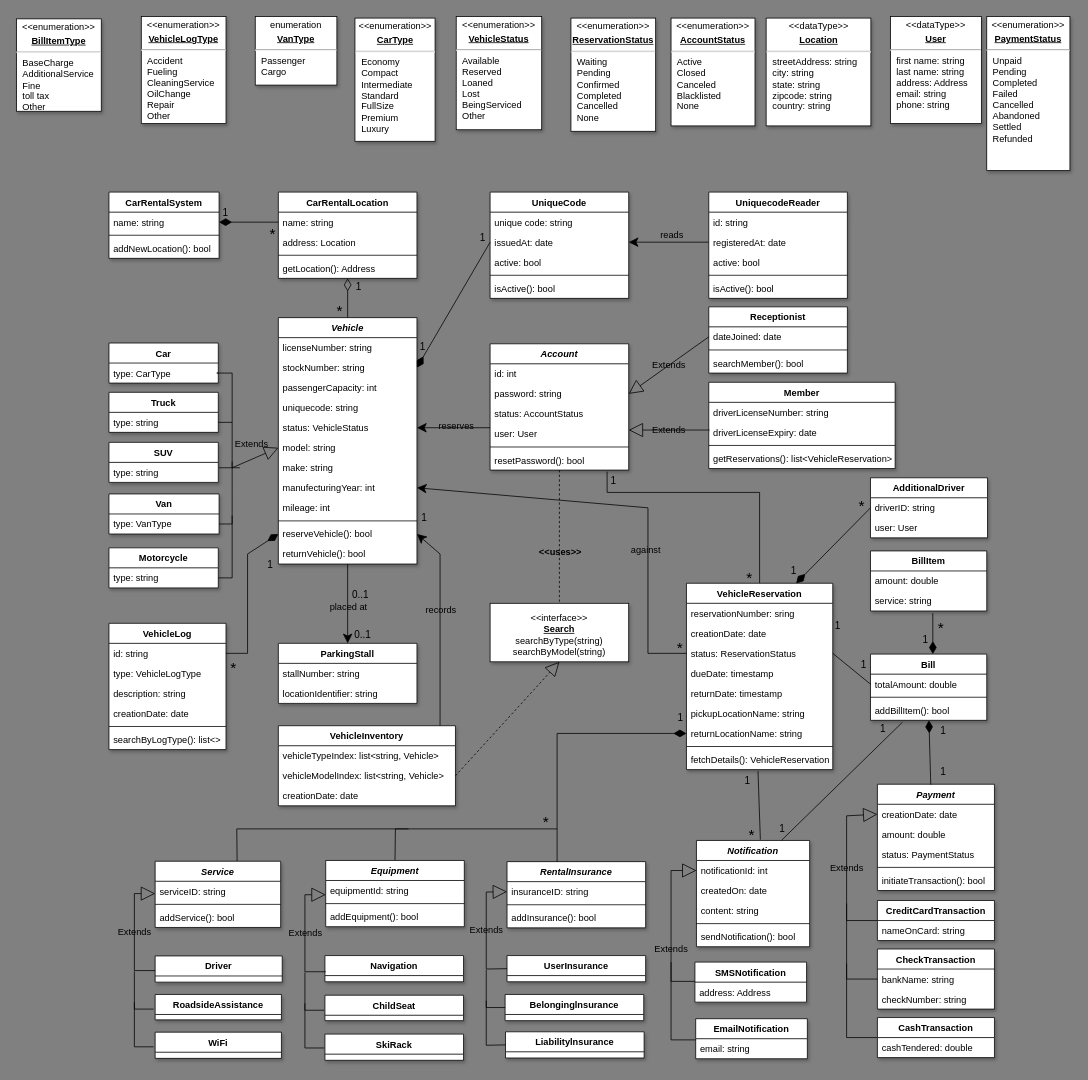
Earlier version of the draw.io diagram class_diagram_car_rental.drawio (CODEr-SaNjU/system_design_pattern). Source tidied: cells renumbered, new cells numbered last; positions are measured from the earlier drawing's top-left corner, leaving out a move shared by most shapes. Both pictures are drawn from the tidied source at 77%, with x=0, y=0 at pixel (16, 16).
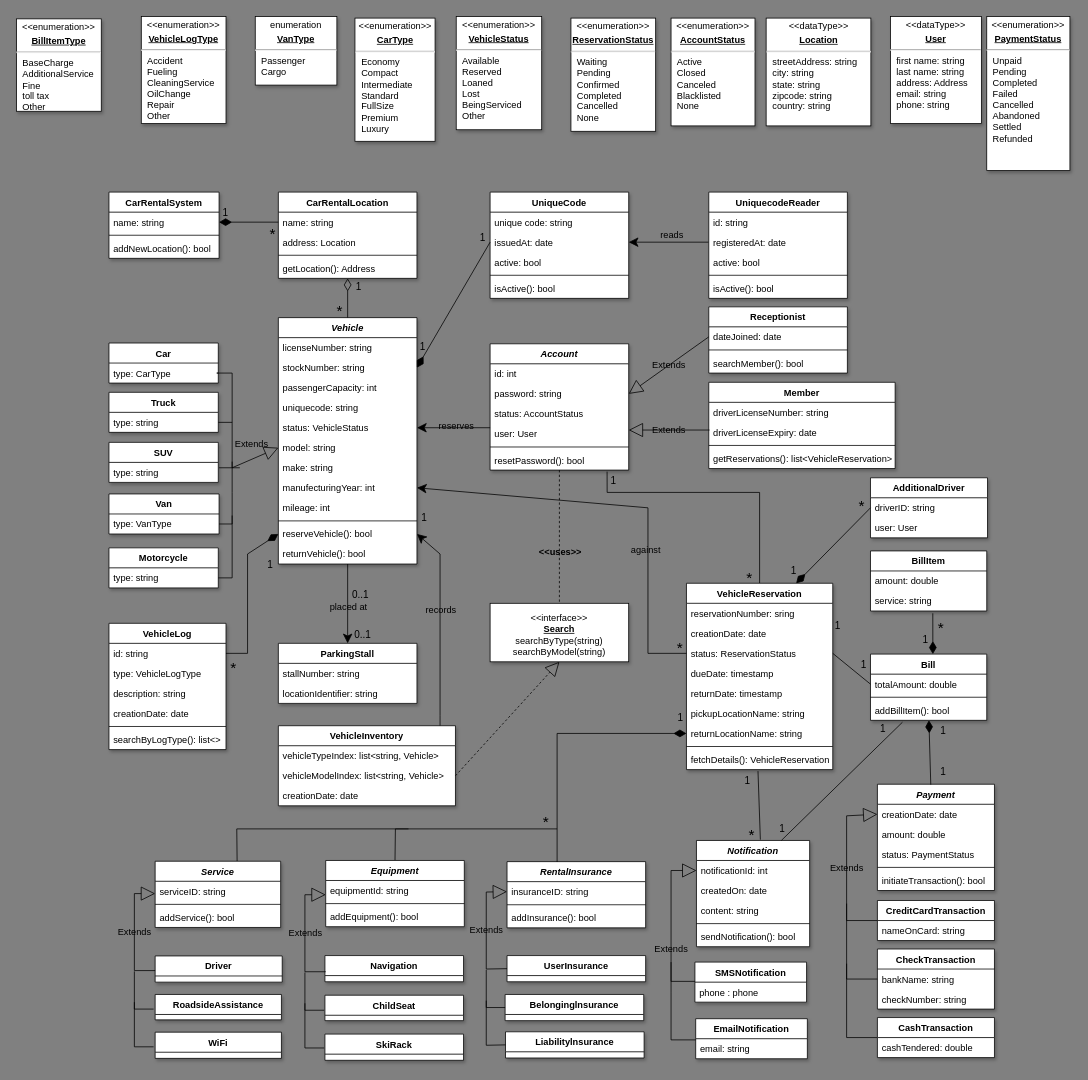
The same diagram, later.

Unchanged cells that the change refers to:
```xml
<mxCell id="74" value="SMSNotification" style="swimlane;fontStyle=1;align=center;verticalAlign=top;horizontal=1;startSize=26;swimlaneFillColor=#ffffff;rounded=0;shadow=1;glass=0;comic=0;labelBackgroundColor=none;strokeWidth=1;fontSize=12;html=0;" parent="1" vertex="1">
  <mxGeometry x="881" y="1228" width="145" height="52" as="geometry" />
</mxCell>
```

Change to the diagram source:
```diff
@@
-    <mxCell id="75" value="address: Address" style="text;strokeColor=none;fillColor=none;align=left;verticalAlign=top;spacingLeft=4;spacingRight=4;overflow=hidden;points=[[0,0.5],[1,0.5]];portConstraint=eastwest;labelBackgroundColor=none;" parent="74" vertex="1">
+    <mxCell id="75" value="phone : phone" style="text;strokeColor=none;fillColor=none;align=left;verticalAlign=top;spacingLeft=4;spacingRight=4;overflow=hidden;points=[[0,0.5],[1,0.5]];portConstraint=eastwest;labelBackgroundColor=none;" parent="74" vertex="1">
       <mxGeometry y="26" width="145" height="26" as="geometry" />
     </mxCell>
```
